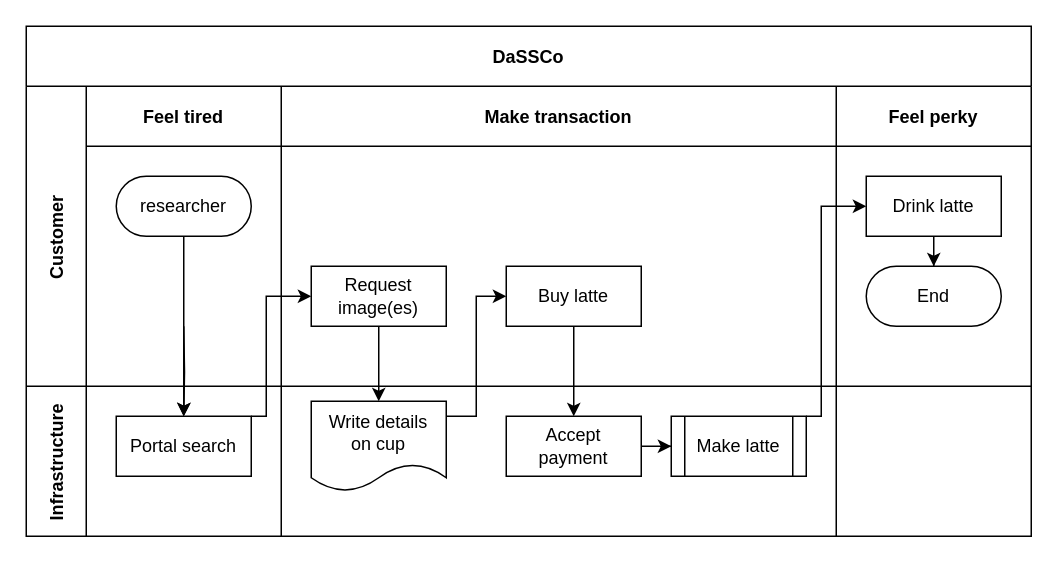
jlegind/DMP_charts keeps this draw.io diagram as Untitled Diagram.drawio. Above is the earlier version. Source tidied: cells renumbered, new cells numbered last; positions are measured from the earlier drawing's top-left corner, leaving out a move shared by most shapes. Both pictures are drawn from the tidied source at 150%, with x=0, y=0 at pixel (26, 26).
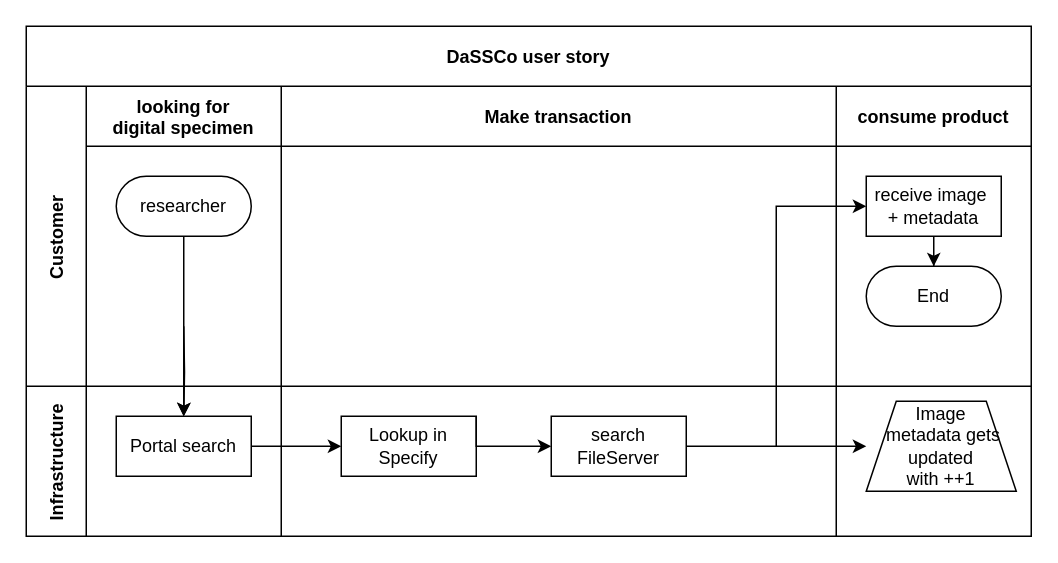
The same page after the edit.

Unchanged cells that the change refers to:
```xml
<mxCell id="4" value="Customer" style="shape=tableRow;horizontal=0;swimlaneHead=0;swimlaneBody=0;top=0;left=0;bottom=0;right=0;fillColor=none;startSize=40;fontStyle=1;" parent="2" vertex="1">
  <mxGeometry y="40" width="670" height="200" as="geometry" />
</mxCell>
<mxCell id="7" value="Make transaction" style="swimlane;swimlaneHead=0;swimlaneBody=0;fillColor=none;startSize=40;fontStyle=1;" parent="4" vertex="1">
  <mxGeometry x="170" width="370" height="200" as="geometry" />
</mxCell>
<mxCell id="16" value="Portal search" style="rounded=0;whiteSpace=wrap;html=1;" parent="15" vertex="1">
  <mxGeometry x="20" y="20" width="90" height="40" as="geometry" />
</mxCell>
<mxCell id="17" style="swimlane;swimlaneHead=0;swimlaneBody=0;fillColor=none;startSize=0;fontStyle=1;" parent="14" vertex="1">
  <mxGeometry x="170" width="370" height="100" as="geometry" />
</mxCell>
<mxCell id="22" style="swimlane;swimlaneHead=0;swimlaneBody=0;fillColor=none;startSize=0;fontStyle=1;" parent="14" vertex="1">
  <mxGeometry x="540" width="130" height="100" as="geometry" />
</mxCell>
```

Diff of the diagram source:
```diff
@@
-    <mxCell id="2" value="DaSSCo" style="shape=table;childLayout=tableLayout;startSize=40;fillColor=none;fontStyle=1;" parent="1" vertex="1">
+    <mxCell id="2" value="DaSSCo user story" style="shape=table;childLayout=tableLayout;startSize=40;fillColor=none;fontStyle=1;" parent="1" vertex="1">
       <mxGeometry width="670" height="340" as="geometry" />
     </mxCell>
@@
-    <mxCell id="5" value="Feel tired" style="swimlane;swimlaneHead=0;swimlaneBody=0;fillColor=none;startSize=40;fontStyle=1;" parent="4" vertex="1">
+    <mxCell id="5" value="looking for &#10;digital specimen" style="swimlane;swimlaneHead=0;swimlaneBody=0;fillColor=none;startSize=40;fontStyle=1;" parent="4" vertex="1">
       <mxGeometry x="40" width="130" height="200" as="geometry" />
     </mxCell>
@@
-    <mxCell id="8" value="Request image(es)" style="rounded=0;whiteSpace=wrap;html=1;" parent="7" vertex="1">
-      <mxGeometry x="20" y="120" width="90" height="40" as="geometry" />
-    </mxCell>
-    <mxCell id="9" value="Buy latte" style="rounded=0;whiteSpace=wrap;html=1;" parent="7" vertex="1">
-      <mxGeometry x="150" y="120" width="90" height="40" as="geometry" />
-    </mxCell>
-    <mxCell id="10" value="Feel perky" style="swimlane;swimlaneHead=0;swimlaneBody=0;fillColor=none;startSize=40;fontStyle=1;" parent="4" vertex="1">
+    <mxCell id="10" value="consume product" style="swimlane;swimlaneHead=0;swimlaneBody=0;fillColor=none;startSize=40;fontStyle=1;" parent="4" vertex="1">
       <mxGeometry x="540" width="130" height="200" as="geometry" />
     </mxCell>
@@
-    <mxCell id="12" value="Drink latte" style="rounded=0;whiteSpace=wrap;html=1;" parent="10" vertex="1">
+    <mxCell id="12" value="receive image&amp;nbsp;&lt;br&gt;+ metadata" style="rounded=0;whiteSpace=wrap;html=1;" parent="10" vertex="1">
       <mxGeometry x="20" y="60" width="90" height="40" as="geometry" />
     </mxCell>
@@
-    <mxCell id="18" style="edgeStyle=orthogonalEdgeStyle;rounded=0;jettySize=auto;html=1;" parent="17" edge="1" source="19" target="21">
-      <mxGeometry relative="1" as="geometry" />
-    </mxCell>
-    <mxCell id="19" value="Accept&lt;br&gt;payment" style="rounded=0;whiteSpace=wrap;html=1;" parent="17" vertex="1">
-      <mxGeometry x="150" y="20" width="90" height="40" as="geometry" />
-    </mxCell>
-    <mxCell id="20" value="Write details&lt;br&gt;on cup" style="shape=document;whiteSpace=wrap;html=1;boundedLbl=1;" parent="17" vertex="1">
-      <mxGeometry x="20" y="10" width="90" height="60" as="geometry" />
-    </mxCell>
-    <mxCell id="21" value="Make latte" style="shape=process;whiteSpace=wrap;html=1;backgroundOutline=1;" parent="17" vertex="1">
-      <mxGeometry x="260" y="20" width="90" height="40" as="geometry" />
-    </mxCell>
+    <mxCell id="8" value="Lookup in Specify" style="rounded=0;whiteSpace=wrap;html=1;" parent="17" vertex="1">
+      <mxGeometry x="40" y="20" width="90" height="40" as="geometry" />
+    </mxCell>
+    <mxCell id="9" value="search FileServer" style="rounded=0;whiteSpace=wrap;html=1;" parent="17" vertex="1">
+      <mxGeometry x="180" y="20" width="90" height="40" as="geometry" />
+    </mxCell>
+    <mxCell id="29" style="endArrow=classic;html=1;rounded=0;" parent="17" edge="1">
+      <mxGeometry relative="1" as="geometry">
+        <mxPoint x="330" y="40" as="sourcePoint" />
+        <mxPoint x="390" y="40" as="targetPoint" />
+      </mxGeometry>
+    </mxCell>
@@
-    <mxCell id="23" style="edgeStyle=orthogonalEdgeStyle;rounded=0;jettySize=auto;html=1;" parent="2" edge="1" source="16" target="8">
-      <mxGeometry relative="1" as="geometry">
-        <Array as="points">
-          <mxPoint x="160" y="260" />
-          <mxPoint x="160" y="180" />
-        </Array>
-      </mxGeometry>
-    </mxCell>
-    <mxCell id="24" style="edgeStyle=orthogonalEdgeStyle;rounded=0;jettySize=auto;html=1;" parent="2" edge="1" source="8" target="20">
-      <mxGeometry relative="1" as="geometry" />
-    </mxCell>
+    <mxCell id="30" value="Image&lt;br&gt;&amp;nbsp;metadata gets&lt;br&gt;updated &lt;br&gt;with ++1" style="shape=trapezoid;perimeter=trapezoidPerimeter;whiteSpace=wrap;html=1;fixedSize=1;" parent="22" vertex="1">
+      <mxGeometry x="20" y="10" width="100" height="60" as="geometry" />
+    </mxCell>
-    <mxCell id="25" style="edgeStyle=orthogonalEdgeStyle;rounded=0;jettySize=auto;html=1;" parent="2" edge="1" source="20" target="9">
+    <mxCell id="25" style="edgeStyle=orthogonalEdgeStyle;rounded=0;jettySize=auto;html=1;" parent="2" edge="1" target="9">
       <mxGeometry relative="1" as="geometry">
+        <mxPoint x="300" y="260" as="sourcePoint" />
         <Array as="points">
           <mxPoint x="300" y="260" />
           <mxPoint x="300" y="180" />
         </Array>
       </mxGeometry>
     </mxCell>
-    <mxCell id="26" style="edgeStyle=orthogonalEdgeStyle;rounded=0;jettySize=auto;html=1;" parent="2" edge="1" source="9" target="19">
+    <mxCell id="26" style="edgeStyle=orthogonalEdgeStyle;rounded=0;jettySize=auto;html=1;entryX=0;entryY=0.5;entryDx=0;entryDy=0;" parent="2" edge="1" source="9" target="12">
       <mxGeometry relative="1" as="geometry" />
     </mxCell>
-    <mxCell id="27" style="edgeStyle=orthogonalEdgeStyle;rounded=0;jettySize=auto;html=1;" parent="2" edge="1" source="21" target="12">
-      <mxGeometry relative="1" as="geometry">
-        <Array as="points">
-          <mxPoint x="530" y="260" />
-          <mxPoint x="530" y="120" />
-        </Array>
-      </mxGeometry>
-    </mxCell>
@@
+    <mxCell id="31" style="endArrow=classic;html=1;rounded=0;exitX=1;exitY=0.5;exitDx=0;exitDy=0;" parent="1" edge="1" source="16">
+      <mxGeometry relative="1" as="geometry">
+        <mxPoint x="210" y="280" as="targetPoint" />
+      </mxGeometry>
+    </mxCell>
```
